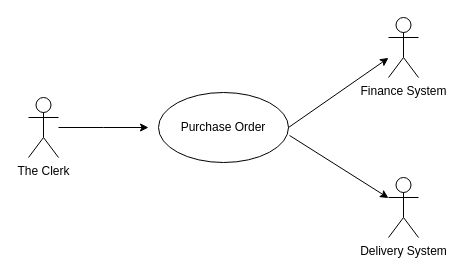
liye000/UsercaseDiagram keeps this draw.io diagram as page "Page-2" (2 of 2) of Untitled Diagram.drawio. Above is the earlier version. Source tidied: cells renumbered, new cells numbered last; positions are measured from the earlier drawing's top-left corner, leaving out a move shared by most shapes. Both pictures are drawn from the tidied source at 100%, with x=0, y=0 at pixel (28, 17).
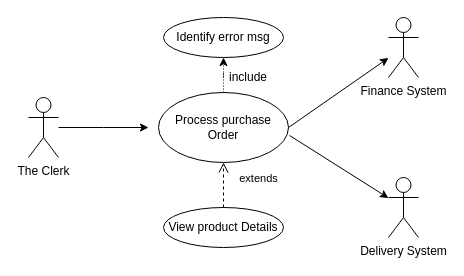
The same page after the edit.

Diff of the diagram source:
```diff
@@
 <mxGraphModel>
   <root>
     <mxCell id="0" />
     <mxCell id="1" parent="0" />
     <mxCell id="2" style="edgeStyle=orthogonalEdgeStyle;rounded=0;jettySize=auto;html=1;" parent="1" edge="1" source="3">
       <mxGeometry relative="1" as="geometry">
         <mxPoint x="120" y="110" as="targetPoint" />
       </mxGeometry>
     </mxCell>
     <mxCell id="3" value="The Clerk" style="shape=umlActor;verticalLabelPosition=bottom;verticalAlign=top;html=1;outlineConnect=0;" parent="1" vertex="1">
       <mxGeometry y="80" width="30" height="60" as="geometry" />
     </mxCell>
     <mxCell id="4" value="Finance System" style="shape=umlActor;verticalLabelPosition=bottom;verticalAlign=top;html=1;outlineConnect=0;" parent="1" vertex="1">
       <mxGeometry x="360" width="30" height="60" as="geometry" />
     </mxCell>
     <mxCell id="5" value="Delivery System" style="shape=umlActor;verticalLabelPosition=bottom;verticalAlign=top;html=1;outlineConnect=0;" parent="1" vertex="1">
       <mxGeometry x="360" y="160" width="30" height="60" as="geometry" />
     </mxCell>
+    <mxCell id="9" style="edgeStyle=orthogonalEdgeStyle;rounded=0;jettySize=auto;html=1;dashed=1;dashPattern=1 2;" parent="1" edge="1" source="6" target="12">
+      <mxGeometry relative="1" as="geometry" />
+    </mxCell>
-    <mxCell id="6" value="Purchase Order" style="ellipse;whiteSpace=wrap;html=1;" parent="1" vertex="1">
+    <mxCell id="6" value="Process purchase Order" style="ellipse;whiteSpace=wrap;html=1;" parent="1" vertex="1">
       <mxGeometry x="130" y="75" width="130" height="70" as="geometry" />
     </mxCell>
     <mxCell id="7" style="endArrow=classic;html=1;" parent="1" edge="1" target="4">
       <mxGeometry relative="1" as="geometry">
         <mxPoint x="260" y="110" as="sourcePoint" />
       </mxGeometry>
     </mxCell>
     <mxCell id="8" style="endArrow=classic;html=1;exitX=1.008;exitY=0.614;exitDx=0;exitDy=0;exitPerimeter=0;" parent="1" edge="1" source="6" target="5">
       <mxGeometry relative="1" as="geometry" />
     </mxCell>
+    <mxCell id="10" value="View product Details" style="ellipse;whiteSpace=wrap;html=1;" parent="1" vertex="1">
+      <mxGeometry x="135" y="190" width="120" height="40" as="geometry" />
+    </mxCell>
+    <mxCell id="11" value="extends" style="html=1;verticalAlign=bottom;endArrow=open;dashed=1;endSize=8;entryX=0.5;entryY=1;entryDx=0;entryDy=0;exitX=0.5;exitY=0;exitDx=0;exitDy=0;" parent="1" edge="1" source="10" target="6">
+      <mxGeometry x="-0.11" y="-35" relative="1" as="geometry" />
+    </mxCell>
+    <mxCell id="12" value="Identify error msg" style="ellipse;whiteSpace=wrap;html=1;" parent="1" vertex="1">
+      <mxGeometry x="135" width="120" height="40" as="geometry" />
+    </mxCell>
+    <mxCell id="13" value="include" style="text;html=1;strokeColor=none;fillColor=none;align=center;verticalAlign=middle;whiteSpace=wrap;rounded=0;" parent="1" vertex="1">
+      <mxGeometry x="200" y="50" width="40" height="20" as="geometry" />
+    </mxCell>
   </root>
 </mxGraphModel>
```
